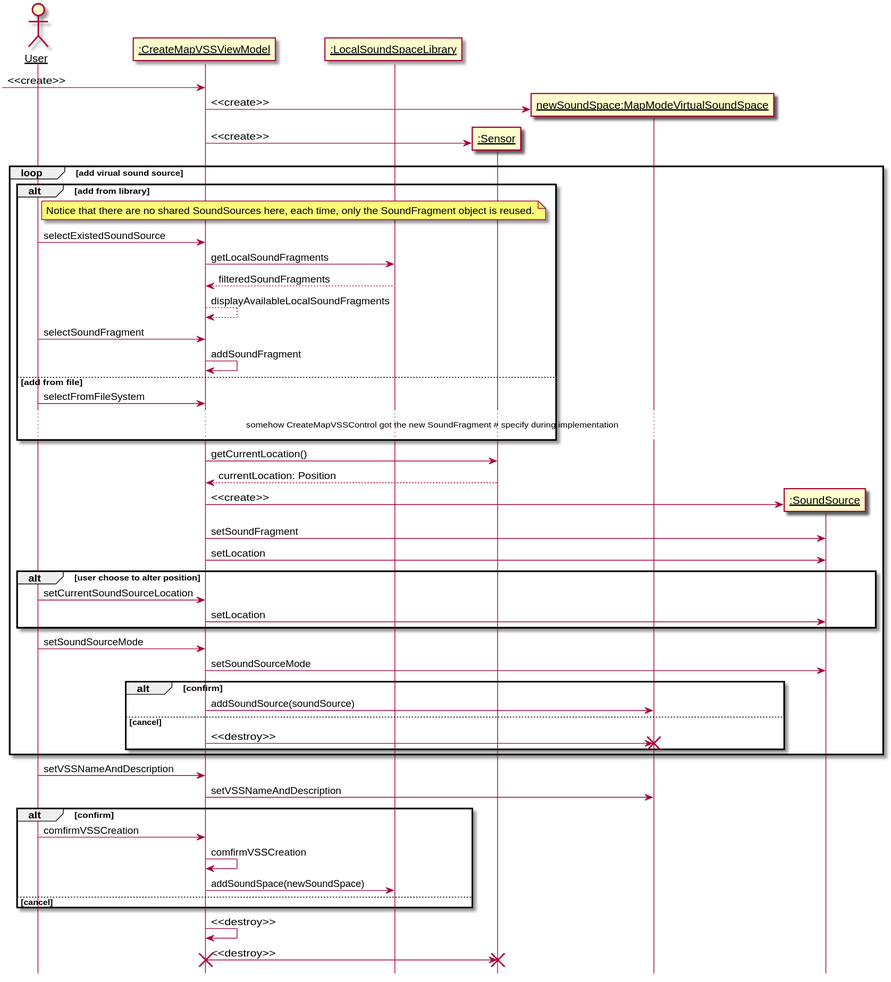
Before: 设计/Diagrams/CreateMapModeVSS.svg, a diagram exported from PlantUML (kpp19920121/doc).
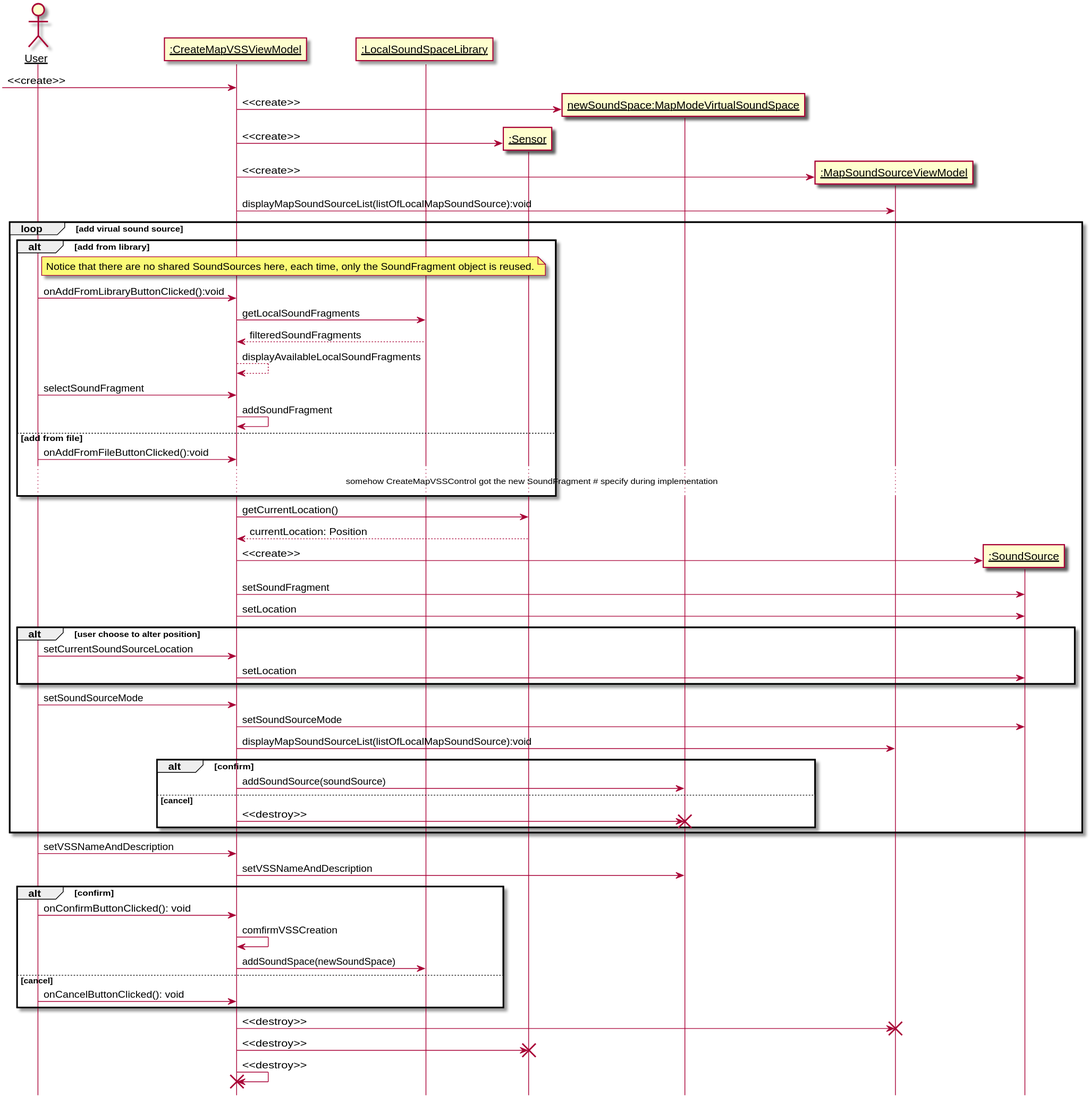
After the commit.

Change to the diagram source:
```diff
@@ -15,17 +15,21 @@
 createboundary -> newspace: <<create>>
 create sensor
 createboundary -> sensor: <<create>>
+participant ":MapSoundSourceViewModel" as mssv
+create mssv
+createboundary -> mssv: <<create>>
+createboundary -> mssv: displayMapSoundSourceList(listOfLocalMapSoundSource):void
 loop add virual sound source
     alt add from library
         note right of user: Notice that there are no shared SoundSources here, each time, only the SoundFragment object is reused.
-        user -> createboundary: selectExistedSoundSource
+        user -> createboundary: onAddFromLibraryButtonClicked():void
         createboundary -> library: getLocalSoundFragments
         library --> createboundary: filteredSoundFragments
         createboundary --> createboundary: displayAvailableLocalSoundFragments
         user -> createboundary: selectSoundFragment
         createboundary -> createboundary: addSoundFragment
     else add from file
-        user -> createboundary: selectFromFileSystem
+        user -> createboundary: onAddFromFileButtonClicked():void
         ...somehow CreateMapVSSControl got the new SoundFragment # specify during implementation...
 
     end
@@ -45,6 +49,7 @@
     end
     user -> createboundary: setSoundSourceMode
     createboundary -> source: setSoundSourceMode
+    createboundary -> mssv: displayMapSoundSourceList(listOfLocalMapSoundSource):void
     alt confirm
         createboundary -> newspace: addSoundSource(soundSource)
     else cancel
@@ -55,14 +60,17 @@
 user -> createboundary: setVSSNameAndDescription
 createboundary -> newspace: setVSSNameAndDescription
 alt confirm
-    user -> createboundary: comfirmVSSCreation
+    user -> createboundary: onConfirmButtonClicked(): void
     createboundary -> createboundary: comfirmVSSCreation
     createboundary -> library: addSoundSpace(newSoundSpace)
 else cancel
+    user -> createboundary: onCancelButtonClicked(): void
+end
 
-end
-createboundary -> createboundary: <<destroy>>
+createboundary -> mssv: <<destroy>>
+destroy mssv
 createboundary -> sensor: <<destroy>>
 destroy sensor
+createboundary -> createboundary: <<destroy>>
 destroy createboundary
 @enduml
```
